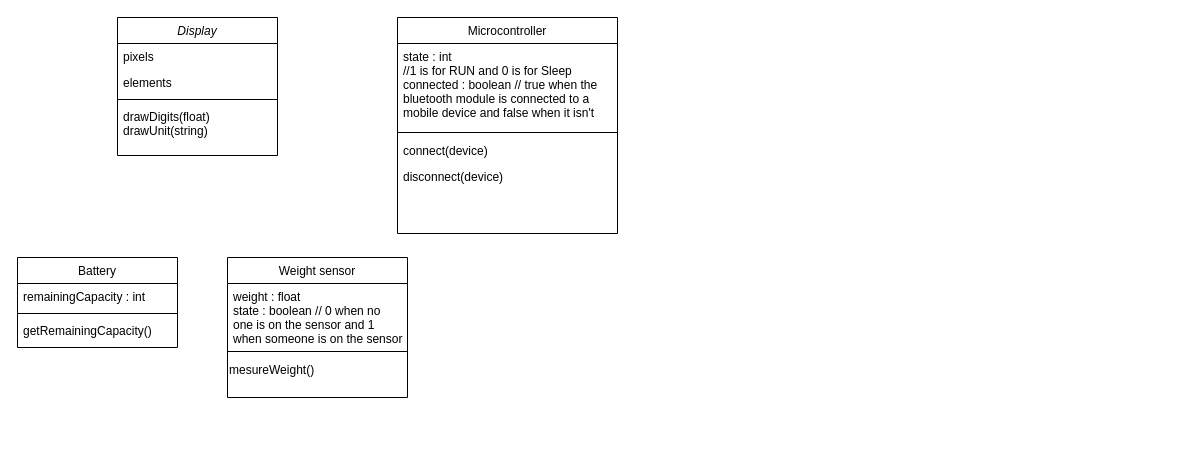
Earlier version of the draw.io diagram Diagramme sans nom.drawio (Antiflex/test). Source tidied: cells renumbered, new cells numbered last; positions are measured from the earlier drawing's top-left corner, leaving out a move shared by most shapes. Both pictures are drawn from the tidied source at 100%, with x=0, y=0 at pixel (17, 17).
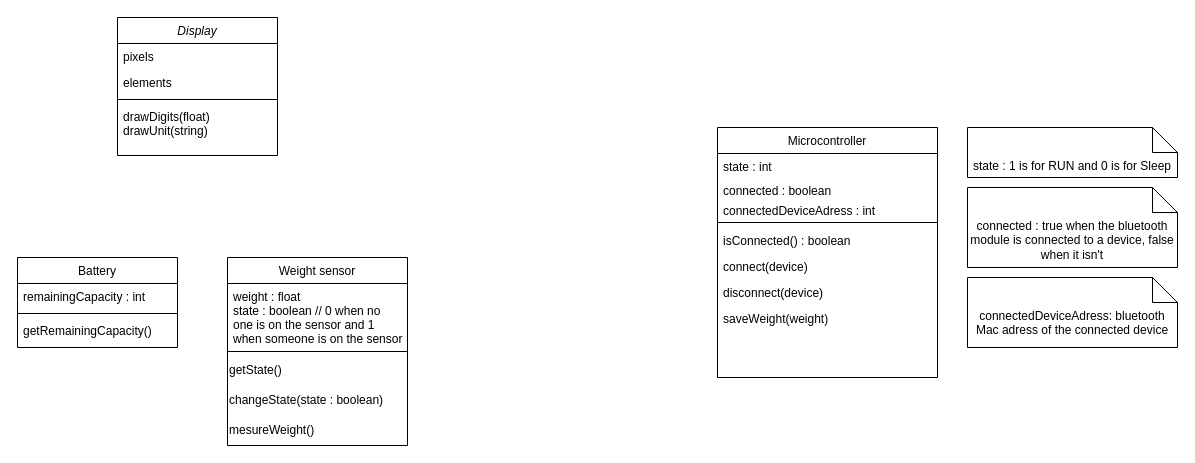
The same page after the edit.

Commit message (it also covers changes not shown here):
Mettre à jour Diagramme sans nom.drawio

Change to the diagram source:
```diff
@@
     <mxCell id="11" value="Weight sensor" style="swimlane;fontStyle=0;align=center;verticalAlign=top;horizontal=1;startSize=26;rounded=0;shadow=0;strokeWidth=1;" parent="1" vertex="1">
-      <mxGeometry x="210" y="240" width="180" height="140" as="geometry" />
+      <mxGeometry x="210" y="240" width="180" height="188" as="geometry" />
     </mxCell>
@@
-    <mxCell id="14" value="mesureWeight()&lt;br&gt;" style="text;html=1;align=left;verticalAlign=middle;strokeColor=none;fillColor=none;" parent="11" vertex="1">
+    <mxCell id="14" value="getState()" style="text;html=1;align=left;verticalAlign=middle;strokeColor=none;fillColor=none;" parent="11" vertex="1">
       <mxGeometry y="98" width="180" height="30" as="geometry" />
     </mxCell>
+    <mxCell id="20" value="changeState(state : boolean)" style="text;html=1;align=left;verticalAlign=middle;strokeColor=none;fillColor=none;" parent="11" vertex="1">
+      <mxGeometry y="128" width="180" height="30" as="geometry" />
+    </mxCell>
+    <mxCell id="21" value="mesureWeight()&lt;br&gt;" style="text;html=1;align=left;verticalAlign=middle;strokeColor=none;fillColor=none;" parent="11" vertex="1">
+      <mxGeometry y="158" width="180" height="30" as="geometry" />
+    </mxCell>
     <mxCell id="15" value="Microcontroller" style="swimlane;fontStyle=0;align=center;verticalAlign=top;horizontal=1;startSize=26;rounded=0;shadow=0;strokeWidth=1;" parent="1" vertex="1">
-      <mxGeometry x="380" width="220" height="216" as="geometry" />
+      <mxGeometry x="700" y="110" width="220" height="250" as="geometry" />
     </mxCell>
-    <mxCell id="16" value="state : int&#10;//1 is for RUN and 0 is for Sleep&#10;connected : boolean // true when the &#10;bluetooth module is connected to a &#10;mobile device and false when it isn't" style="text;align=left;verticalAlign=top;spacingLeft=4;spacingRight=4;overflow=hidden;rounded=0;shadow=0;html=0;" parent="15" vertex="1">
-      <mxGeometry y="26" width="220" height="84" as="geometry" />
+    <mxCell id="16" value="state : int" style="text;align=left;verticalAlign=top;spacingLeft=4;spacingRight=4;overflow=hidden;rounded=0;shadow=0;html=0;whiteSpace=wrap;" parent="15" vertex="1">
+      <mxGeometry y="26" width="220" height="24" as="geometry" />
     </mxCell>
+    <mxCell id="22" value="connected : boolean " style="text;align=left;verticalAlign=top;spacingLeft=4;spacingRight=4;overflow=hidden;rounded=0;shadow=0;html=0;whiteSpace=wrap;" parent="15" vertex="1">
+      <mxGeometry y="50" width="220" height="20" as="geometry" />
+    </mxCell>
+    <mxCell id="23" value="connectedDeviceAdress : int" style="text;align=left;verticalAlign=top;spacingLeft=4;spacingRight=4;overflow=hidden;rounded=0;shadow=0;html=0;whiteSpace=wrap;" parent="15" vertex="1">
+      <mxGeometry y="70" width="220" height="20" as="geometry" />
+    </mxCell>
     <mxCell id="17" style="line;html=1;strokeWidth=1;align=left;verticalAlign=middle;spacingTop=-1;spacingLeft=3;spacingRight=3;labelPosition=right;" parent="15" vertex="1">
-      <mxGeometry y="110" width="220" height="10" as="geometry" />
+      <mxGeometry y="90" width="220" height="10" as="geometry" />
     </mxCell>
+    <mxCell id="19" value="isConnected() : boolean" style="text;align=left;verticalAlign=top;spacingLeft=4;spacingRight=4;overflow=hidden;" parent="15" vertex="1">
+      <mxGeometry y="100" width="220" height="26" as="geometry" />
+    </mxCell>
     <mxCell id="18" value="connect(device)" style="text;align=left;verticalAlign=top;spacingLeft=4;spacingRight=4;overflow=hidden;" parent="15" vertex="1">
-      <mxGeometry y="120" width="220" height="26" as="geometry" />
+      <mxGeometry y="126" width="220" height="26" as="geometry" />
     </mxCell>
-    <mxCell id="19" value="disconnect(device)" style="text;align=left;verticalAlign=top;spacingLeft=4;spacingRight=4;overflow=hidden;" parent="15" vertex="1">
-      <mxGeometry y="146" width="220" height="26" as="geometry" />
-    </mxCell>
+    <mxCell id="24" value="disconnect(device)" style="text;align=left;verticalAlign=top;spacingLeft=4;spacingRight=4;overflow=hidden;" parent="15" vertex="1">
+      <mxGeometry y="152" width="220" height="26" as="geometry" />
+    </mxCell>
+    <mxCell id="25" value="saveWeight(weight)" style="text;align=left;verticalAlign=top;spacingLeft=4;spacingRight=4;overflow=hidden;" parent="15" vertex="1">
+      <mxGeometry y="178" width="220" height="26" as="geometry" />
+    </mxCell>
+    <mxCell id="26" value="connectedDeviceAdress: bluetooth Mac adress of the connected device" style="shape=note2;boundedLbl=1;whiteSpace=wrap;html=1;size=25;verticalAlign=top;align=center;" parent="1" vertex="1">
+      <mxGeometry x="950" y="260" width="210" height="70" as="geometry" />
+    </mxCell>
+    <mxCell id="27" value="state : 1 is for RUN and 0 is for Sleep" style="shape=note2;boundedLbl=1;whiteSpace=wrap;html=1;size=25;verticalAlign=top;align=center;" parent="1" vertex="1">
+      <mxGeometry x="950" y="110" width="210" height="50" as="geometry" />
+    </mxCell>
+    <mxCell id="28" value="connected : true when the bluetooth module is connected to a device, false when it isn't" style="shape=note2;boundedLbl=1;whiteSpace=wrap;html=1;size=25;verticalAlign=top;align=center;" parent="1" vertex="1">
+      <mxGeometry x="950" y="170" width="210" height="80" as="geometry" />
+    </mxCell>
```
